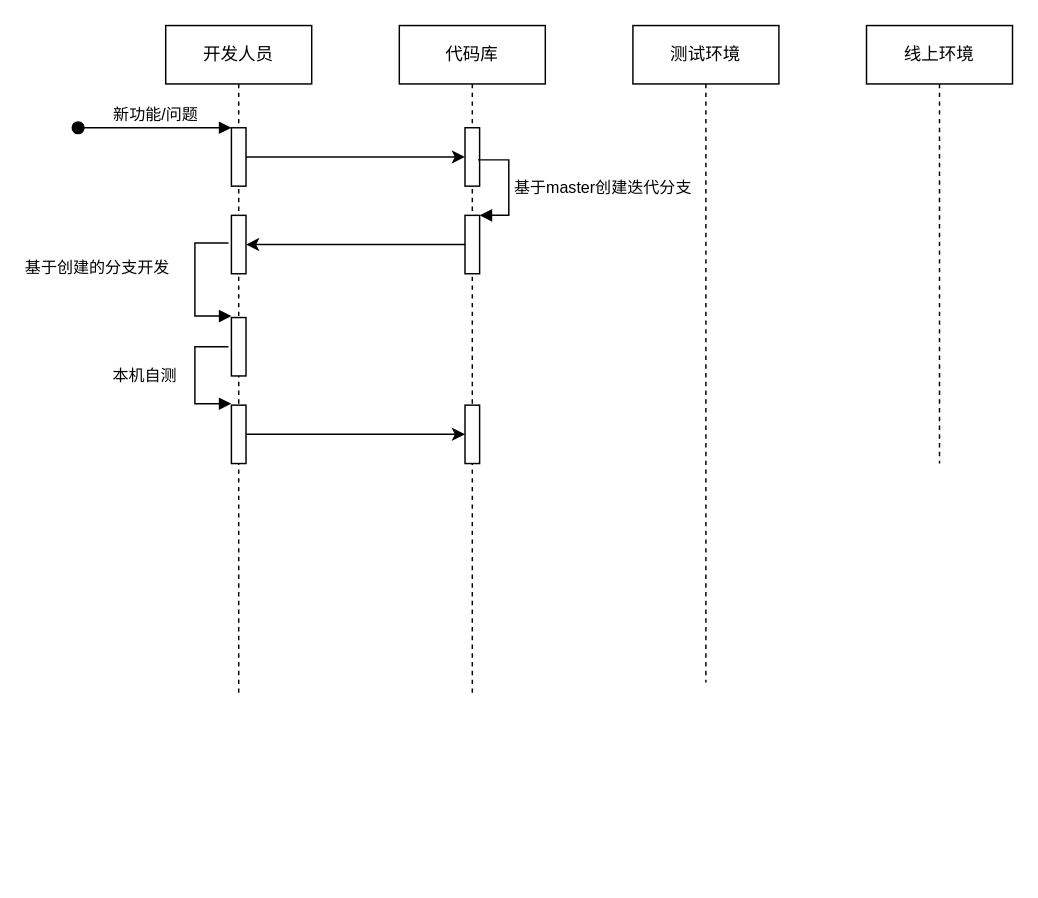
The draw.io diagram devflow.drawio in trey03/draw, before the edit. Source tidied: cells renumbered, new cells numbered last; positions are measured from the earlier drawing's top-left corner, leaving out a move shared by most shapes. Both pictures are drawn from the tidied source at 146%, with x=0, y=0 at pixel (77, 25).
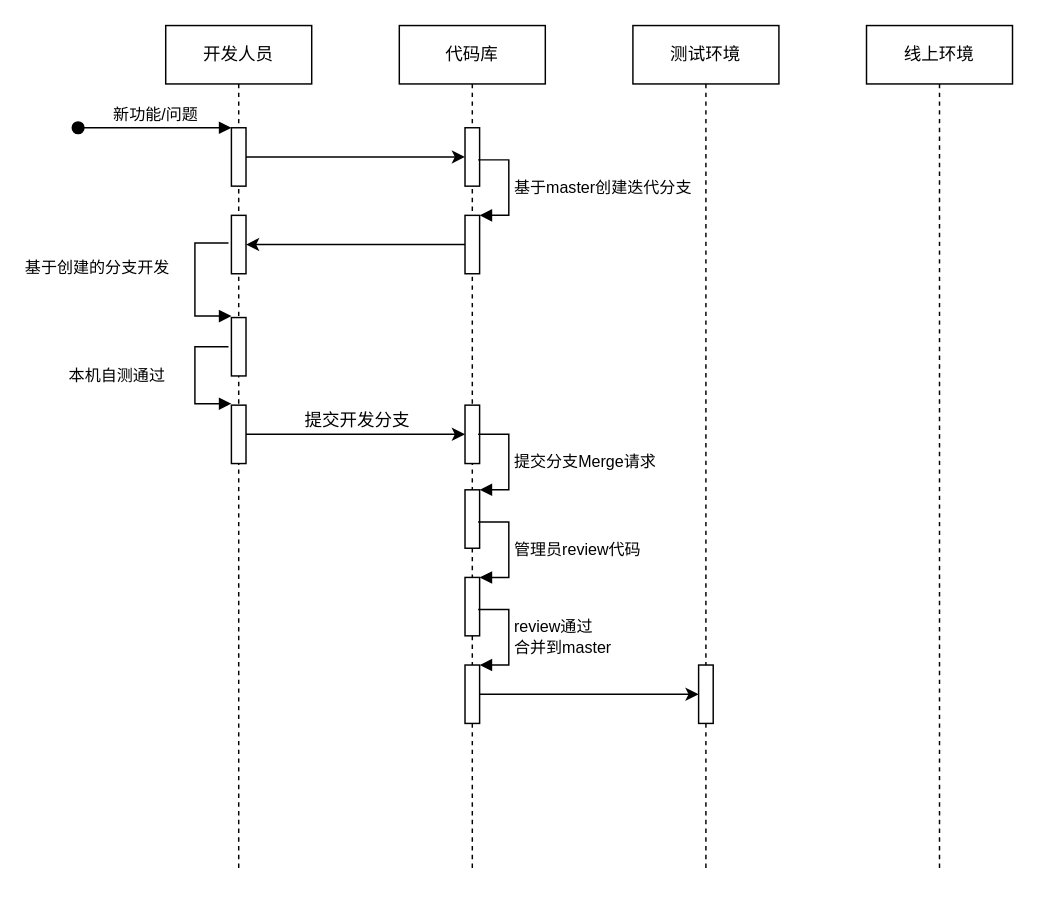
The same page after the edit.

Unchanged cells that the change refers to:
```xml
<mxCell id="8" style="html=1;points=[];perimeter=orthogonalPerimeter;" parent="2" vertex="1">
  <mxGeometry x="45" y="260" width="10" height="40" as="geometry" />
</mxCell>
<mxCell id="19" style="edgeStyle=orthogonalEdgeStyle;rounded=0;jettySize=auto;html=1;" parent="1" edge="1" source="8" target="14">
  <mxGeometry relative="1" as="geometry" />
</mxCell>
```

What changed in the source:
```diff
@@
     <mxCell id="2" value="开发人员" style="shape=umlLifeline;perimeter=lifelinePerimeter;whiteSpace=wrap;html=1;" parent="1" vertex="1">
-      <mxGeometry x="60" width="100" height="460" as="geometry" />
+      <mxGeometry x="60" width="100" height="580" as="geometry" />
     </mxCell>
@@
-    <mxCell id="9" value="本机自测" style="edgeStyle=orthogonalEdgeStyle;html=1;align=left;spacingLeft=2;endArrow=block;rounded=0;entryX=0;entryY=-0.025;exitX=-0.2;exitY=0.475;exitDx=0;exitDy=0;exitPerimeter=0;entryDx=0;entryDy=0;entryPerimeter=0;" parent="2" edge="1" target="8">
-      <mxGeometry x="0.43" y="63" relative="1" as="geometry">
+    <mxCell id="9" value="本机自测通过" style="edgeStyle=orthogonalEdgeStyle;html=1;align=left;spacingLeft=2;endArrow=block;rounded=0;entryX=0;entryY=-0.025;exitX=-0.2;exitY=0.475;exitDx=0;exitDy=0;exitPerimeter=0;entryDx=0;entryDy=0;entryPerimeter=0;" parent="2" edge="1" target="8">
+      <mxGeometry x="0.43" y="92" relative="1" as="geometry">
         <mxPoint x="43" y="220" as="sourcePoint" />
         <Array as="points">
           <mxPoint x="20" y="220" />
           <mxPoint x="20" y="259" />
         </Array>
-        <mxPoint x="-60" y="44" as="offset" />
+        <mxPoint x="-90" y="73" as="offset" />
       </mxGeometry>
     </mxCell>
     <mxCell id="10" value="代码库" style="shape=umlLifeline;perimeter=lifelinePerimeter;whiteSpace=wrap;html=1;" parent="1" vertex="1">
-      <mxGeometry x="220" width="100" height="460" as="geometry" />
+      <mxGeometry x="220" width="100" height="580" as="geometry" />
     </mxCell>
@@
+    <mxCell id="20" style="html=1;points=[];perimeter=orthogonalPerimeter;" parent="10" vertex="1">
+      <mxGeometry x="45" y="318" width="10" height="40" as="geometry" />
+    </mxCell>
+    <mxCell id="21" value="提交分支Merge请求" style="edgeStyle=orthogonalEdgeStyle;html=1;align=left;spacingLeft=2;endArrow=block;rounded=0;entryX=1;entryY=0;exitX=0.9;exitY=0.55;exitDx=0;exitDy=0;exitPerimeter=0;" parent="10" edge="1" target="20">
+      <mxGeometry relative="1" as="geometry">
+        <mxPoint x="54" y="280" as="sourcePoint" />
+        <Array as="points">
+          <mxPoint x="75" y="280" />
+          <mxPoint x="75" y="318" />
+        </Array>
+      </mxGeometry>
+    </mxCell>
+    <mxCell id="22" style="html=1;points=[];perimeter=orthogonalPerimeter;" parent="10" vertex="1">
+      <mxGeometry x="45" y="378" width="10" height="40" as="geometry" />
+    </mxCell>
+    <mxCell id="23" value="管理员review代码" style="edgeStyle=orthogonalEdgeStyle;html=1;align=left;spacingLeft=2;endArrow=block;rounded=0;entryX=1;entryY=0;exitX=0.9;exitY=0.55;exitDx=0;exitDy=0;exitPerimeter=0;" parent="10" edge="1" target="22">
+      <mxGeometry relative="1" as="geometry">
+        <mxPoint x="54" y="340" as="sourcePoint" />
+        <Array as="points">
+          <mxPoint x="75" y="340" />
+          <mxPoint x="75" y="378" />
+        </Array>
+      </mxGeometry>
+    </mxCell>
+    <mxCell id="24" style="html=1;points=[];perimeter=orthogonalPerimeter;" parent="10" vertex="1">
+      <mxGeometry x="45" y="438" width="10" height="40" as="geometry" />
+    </mxCell>
+    <mxCell id="25" value="review通过&lt;br&gt;合并到master" style="edgeStyle=orthogonalEdgeStyle;html=1;align=left;spacingLeft=2;endArrow=block;rounded=0;entryX=1;entryY=0;exitX=0.9;exitY=0.55;exitDx=0;exitDy=0;exitPerimeter=0;" parent="10" edge="1" target="24">
+      <mxGeometry relative="1" as="geometry">
+        <mxPoint x="54" y="400" as="sourcePoint" />
+        <Array as="points">
+          <mxPoint x="75" y="400" />
+          <mxPoint x="75" y="438" />
+        </Array>
+      </mxGeometry>
+    </mxCell>
     <mxCell id="15" value="测试环境" style="shape=umlLifeline;perimeter=lifelinePerimeter;whiteSpace=wrap;html=1;" parent="1" vertex="1">
-      <mxGeometry x="380" width="100" height="450" as="geometry" />
+      <mxGeometry x="380" width="100" height="580" as="geometry" />
     </mxCell>
+    <mxCell id="26" style="html=1;points=[];perimeter=orthogonalPerimeter;" parent="15" vertex="1">
+      <mxGeometry x="45" y="438" width="10" height="40" as="geometry" />
+    </mxCell>
     <mxCell id="16" value="线上环境" style="shape=umlLifeline;perimeter=lifelinePerimeter;whiteSpace=wrap;html=1;" parent="1" vertex="1">
-      <mxGeometry x="540" width="100" height="300" as="geometry" />
+      <mxGeometry x="540" width="100" height="580" as="geometry" />
     </mxCell>
@@
+    <mxCell id="27" value="提交开发分支" style="text;html=1;align=center;verticalAlign=middle;" parent="19" vertex="1">
+      <mxGeometry x="-0.16" y="3" relative="1" as="geometry">
+        <mxPoint x="12" y="-7" as="offset" />
+      </mxGeometry>
+    </mxCell>
+    <mxCell id="28" style="edgeStyle=orthogonalEdgeStyle;rounded=0;jettySize=auto;html=1;" parent="1" edge="1" source="24" target="26">
+      <mxGeometry relative="1" as="geometry" />
+    </mxCell>
```
